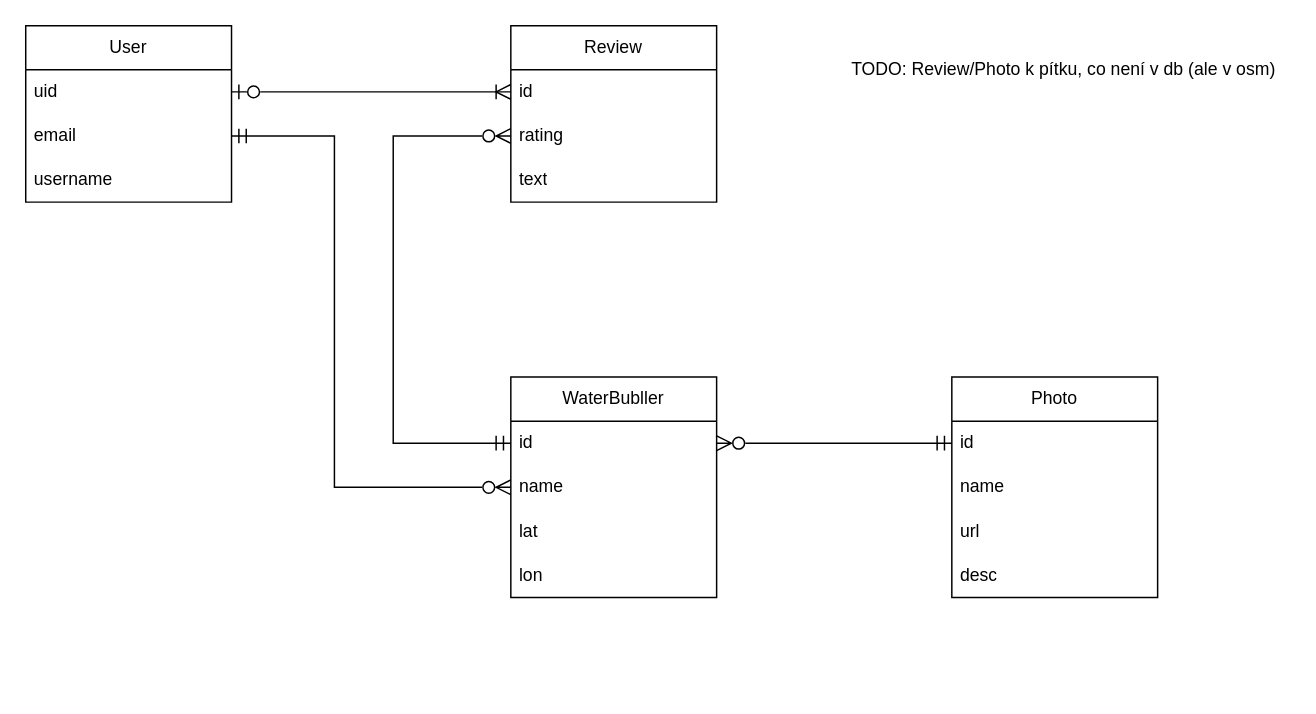
Before: erd.drawio in bakajstep/TAMa_2024, a draw.io diagram. Source tidied: cells renumbered, new cells numbered last; positions are measured from the earlier drawing's top-left corner, leaving out a move shared by most shapes. Both pictures are drawn from the tidied source at 147%, with x=0, y=0 at pixel (25, 25).
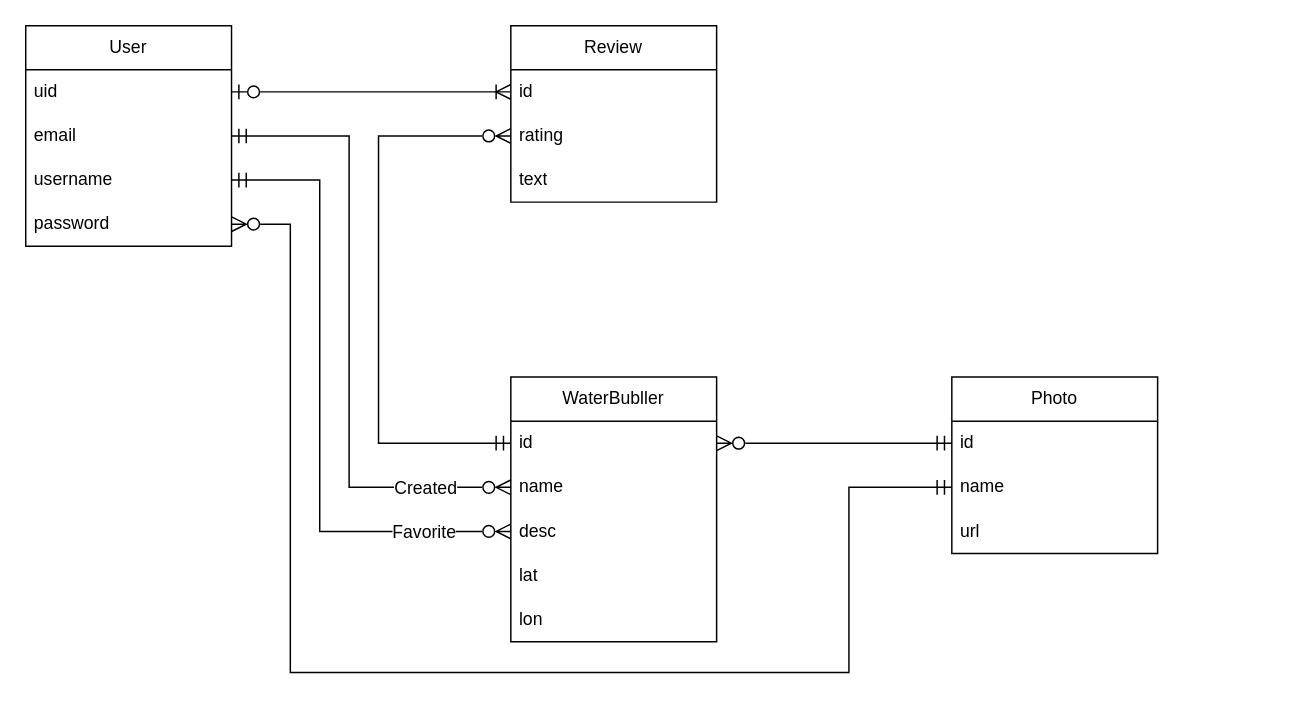
Above is the later version.

Unchanged cells that the change refers to:
```xml
<mxCell id="4" value="email" style="text;strokeColor=none;fillColor=none;align=left;verticalAlign=middle;spacingLeft=4;spacingRight=4;overflow=hidden;points=[[0,0.5],[1,0.5]];portConstraint=eastwest;whiteSpace=wrap;html=1;" parent="2" vertex="1">
  <mxGeometry y="60" width="140" height="30" as="geometry" />
</mxCell>
<mxCell id="5" value="username" style="text;strokeColor=none;fillColor=none;align=left;verticalAlign=middle;spacingLeft=4;spacingRight=4;overflow=hidden;points=[[0,0.5],[1,0.5]];portConstraint=eastwest;whiteSpace=wrap;html=1;" parent="2" vertex="1">
  <mxGeometry y="90" width="140" height="30" as="geometry" />
</mxCell>
<mxCell id="8" value="rating" style="text;strokeColor=none;fillColor=none;align=left;verticalAlign=middle;spacingLeft=4;spacingRight=4;overflow=hidden;points=[[0,0.5],[1,0.5]];portConstraint=eastwest;whiteSpace=wrap;html=1;" parent="6" vertex="1">
  <mxGeometry y="60" width="140" height="30" as="geometry" />
</mxCell>
<mxCell id="12" value="id" style="text;strokeColor=none;fillColor=none;align=left;verticalAlign=middle;spacingLeft=4;spacingRight=4;overflow=hidden;points=[[0,0.5],[1,0.5]];portConstraint=eastwest;whiteSpace=wrap;html=1;" parent="11" vertex="1">
  <mxGeometry y="30" width="140" height="30" as="geometry" />
</mxCell>
<mxCell id="13" value="name" style="text;strokeColor=none;fillColor=none;align=left;verticalAlign=middle;spacingLeft=4;spacingRight=4;overflow=hidden;points=[[0,0.5],[1,0.5]];portConstraint=eastwest;whiteSpace=wrap;html=1;" parent="11" vertex="1">
  <mxGeometry y="60" width="140" height="30" as="geometry" />
</mxCell>
<mxCell id="18" value="name" style="text;strokeColor=none;fillColor=none;align=left;verticalAlign=middle;spacingLeft=4;spacingRight=4;overflow=hidden;points=[[0,0.5],[1,0.5]];portConstraint=eastwest;whiteSpace=wrap;html=1;" parent="16" vertex="1">
  <mxGeometry y="60" width="140" height="30" as="geometry" />
</mxCell>
```

What changed in the source:
```diff
@@
     <mxCell id="2" value="User" style="swimlane;fontStyle=0;horizontal=1;startSize=30;whiteSpace=wrap;html=1;" parent="1" vertex="1">
-      <mxGeometry width="140" height="120" as="geometry" />
+      <mxGeometry width="140" height="150" as="geometry" />
     </mxCell>
@@
+    <mxCell id="25" value="password" style="text;strokeColor=none;fillColor=none;align=left;verticalAlign=middle;spacingLeft=4;spacingRight=4;overflow=hidden;points=[[0,0.5],[1,0.5]];portConstraint=eastwest;whiteSpace=wrap;html=1;" parent="2" vertex="1">
+      <mxGeometry y="120" width="140" height="30" as="geometry" />
+    </mxCell>
@@
     <mxCell id="11" value="WaterBubller" style="swimlane;fontStyle=0;horizontal=1;startSize=30;whiteSpace=wrap;html=1;" parent="1" vertex="1">
-      <mxGeometry x="330" y="239" width="140" height="150" as="geometry" />
+      <mxGeometry x="330" y="239" width="140" height="180" as="geometry" />
     </mxCell>
@@
+    <mxCell id="20" value="desc" style="text;strokeColor=none;fillColor=none;align=left;verticalAlign=middle;spacingLeft=4;spacingRight=4;overflow=hidden;points=[[0,0.5],[1,0.5]];portConstraint=eastwest;whiteSpace=wrap;html=1;" parent="11" vertex="1">
+      <mxGeometry y="90" width="140" height="30" as="geometry" />
+    </mxCell>
     <mxCell id="14" value="lat" style="text;strokeColor=none;fillColor=none;align=left;verticalAlign=middle;spacingLeft=4;spacingRight=4;overflow=hidden;whiteSpace=wrap;html=1;" parent="11" vertex="1">
-      <mxGeometry y="90" width="140" height="30" as="geometry" />
+      <mxGeometry y="120" width="140" height="30" as="geometry" />
     </mxCell>
     <mxCell id="15" value="lon" style="text;strokeColor=none;fillColor=none;align=left;verticalAlign=middle;spacingLeft=4;spacingRight=4;overflow=hidden;whiteSpace=wrap;html=1;" parent="11" vertex="1">
-      <mxGeometry y="120" width="140" height="30" as="geometry" />
+      <mxGeometry y="150" width="140" height="30" as="geometry" />
     </mxCell>
     <mxCell id="16" value="Photo" style="swimlane;fontStyle=0;horizontal=1;startSize=30;whiteSpace=wrap;html=1;" parent="1" vertex="1">
-      <mxGeometry x="630" y="239" width="140" height="150" as="geometry" />
+      <mxGeometry x="630" y="239" width="140" height="120" as="geometry" />
     </mxCell>
@@
-    <mxCell id="20" value="desc" style="text;strokeColor=none;fillColor=none;align=left;verticalAlign=middle;spacingLeft=4;spacingRight=4;overflow=hidden;points=[[0,0.5],[1,0.5]];portConstraint=eastwest;whiteSpace=wrap;html=1;" parent="16" vertex="1">
-      <mxGeometry y="120" width="140" height="30" as="geometry" />
-    </mxCell>
     <mxCell id="21" style="edgeStyle=orthogonalEdgeStyle;rounded=0;jettySize=auto;html=1;exitX=0;exitY=0.5;exitDx=0;exitDy=0;entryX=0;entryY=0.5;entryDx=0;entryDy=0;endArrow=ERmandOne;endFill=0;startArrow=ERzeroToMany;startFill=0;endSize=8;startSize=8;" parent="1" edge="1" source="8" target="12">
       <mxGeometry relative="1" as="geometry">
         <Array as="points">
-          <mxPoint x="250" y="75" />
-          <mxPoint x="250" y="284" />
+          <mxPoint x="240" y="75" />
+          <mxPoint x="240" y="284" />
         </Array>
       </mxGeometry>
     </mxCell>
@@
-    <mxCell id="23" value="&lt;span style=&quot;background-color: initial;&quot;&gt;TODO: Review/Photo k pítku, co není v db (ale v osm)&lt;/span&gt;" style="text;html=1;align=left;verticalAlign=middle;whiteSpace=wrap;rounded=0;" parent="1" vertex="1">
-      <mxGeometry x="560" width="300" height="60" as="geometry" />
-    </mxCell>
     <mxCell id="24" style="edgeStyle=orthogonalEdgeStyle;rounded=0;jettySize=auto;html=1;exitX=1;exitY=0.5;exitDx=0;exitDy=0;entryX=0;entryY=0.5;entryDx=0;entryDy=0;endArrow=ERzeroToMany;endFill=0;startArrow=ERmandOne;startFill=0;endSize=8;startSize=8;" parent="1" edge="1" source="4" target="13">
       <mxGeometry relative="1" as="geometry">
         <Array as="points">
-          <mxPoint x="210" y="75" />
-          <mxPoint x="210" y="314" />
+          <mxPoint x="220" y="75" />
+          <mxPoint x="220" y="314" />
         </Array>
       </mxGeometry>
     </mxCell>
+    <mxCell id="26" value="&lt;font style=&quot;font-size: 12px;&quot;&gt;Created&lt;/font&gt;" style="edgeLabel;html=1;align=center;verticalAlign=middle;" parent="24" vertex="1">
+      <mxGeometry x="0.67" relative="1" as="geometry">
+        <mxPoint x="12" as="offset" />
+      </mxGeometry>
+    </mxCell>
+    <mxCell id="27" style="edgeStyle=none;html=1;exitX=0;exitY=0.5;exitDx=0;exitDy=0;entryX=1;entryY=0.5;entryDx=0;entryDy=0;rounded=0;endArrow=ERzeroToMany;endFill=0;endSize=8;startSize=8;startArrow=ERmandOne;startFill=0;" parent="1" edge="1" source="18" target="25">
+      <mxGeometry relative="1" as="geometry">
+        <Array as="points">
+          <mxPoint x="560" y="314" />
+          <mxPoint x="560" y="440" />
+          <mxPoint x="180" y="440" />
+          <mxPoint x="180" y="135" />
+        </Array>
+      </mxGeometry>
+    </mxCell>
+    <mxCell id="28" style="edgeStyle=none;rounded=0;html=1;exitX=1;exitY=0.5;exitDx=0;exitDy=0;entryX=0;entryY=0.5;entryDx=0;entryDy=0;startArrow=ERmandOne;startFill=0;endArrow=ERzeroToMany;endFill=0;startSize=8;endSize=8;" parent="1" edge="1" source="5" target="20">
+      <mxGeometry relative="1" as="geometry">
+        <Array as="points">
+          <mxPoint x="200" y="105" />
+          <mxPoint x="200" y="344" />
+        </Array>
+      </mxGeometry>
+    </mxCell>
+    <mxCell id="29" value="&lt;font style=&quot;font-size: 12px;&quot;&gt;Favorite&lt;/font&gt;" style="edgeLabel;html=1;align=center;verticalAlign=middle;" parent="28" vertex="1">
+      <mxGeometry x="-0.8" y="1" relative="1" as="geometry">
+        <mxPoint x="87" y="240" as="offset" />
+      </mxGeometry>
+    </mxCell>
```
